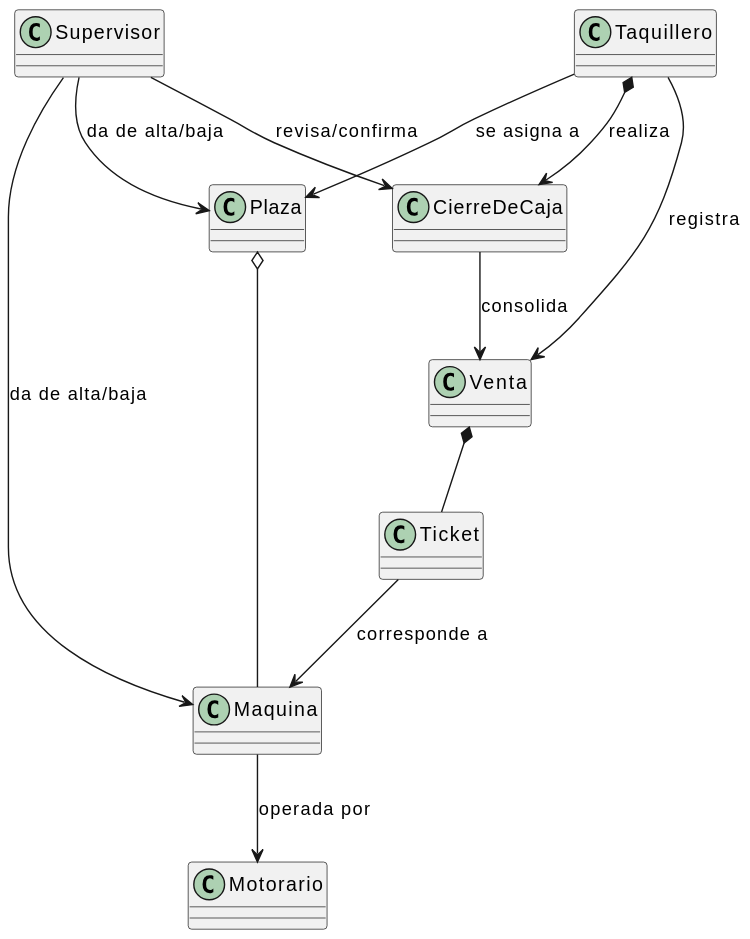
The PlantUML diagram images/00-requisitos/00-modeloDelDominio/modelo-del-dominio.svg in aeRomeroz/pyTicketing, before a commit.
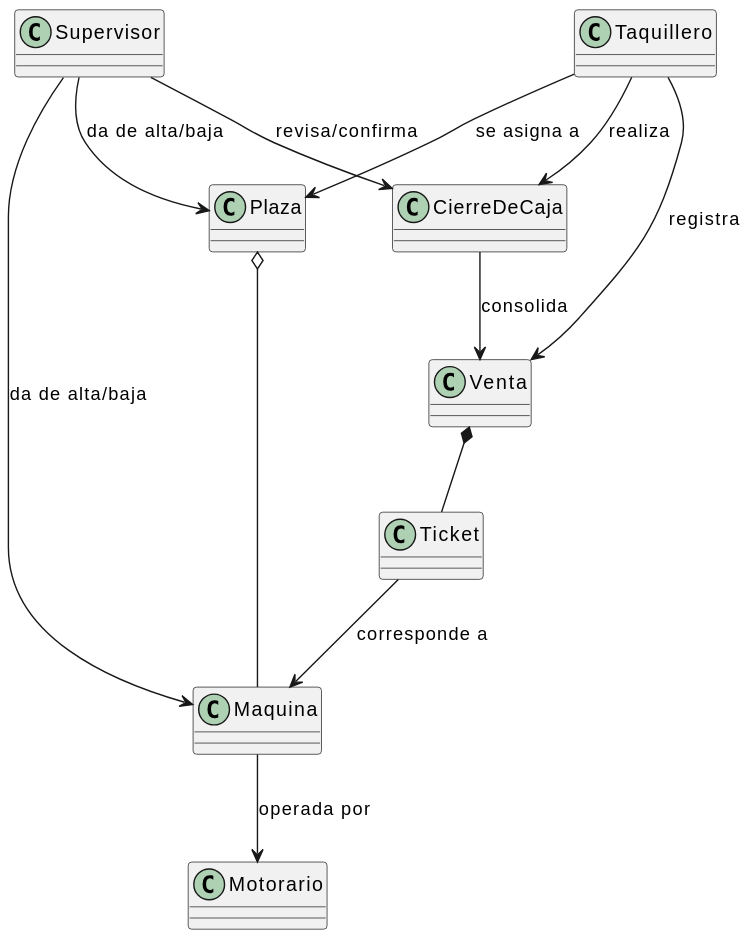
The same file after the commit.

Commit message:
fix: desacoplar CierreDeCaja del ciclo de vida de Taquillero

Diff of the diagram source:
```diff
@@ -19,7 +19,7 @@
   Venta *-- Ticket
 
   CierreDeCaja --> Venta : consolida
-  Taquillero *--> CierreDeCaja : realiza
+  Taquillero --> CierreDeCaja : realiza
   Supervisor --> CierreDeCaja : revisa/confirma
 
   Supervisor --> Plaza : da de alta/baja
```
